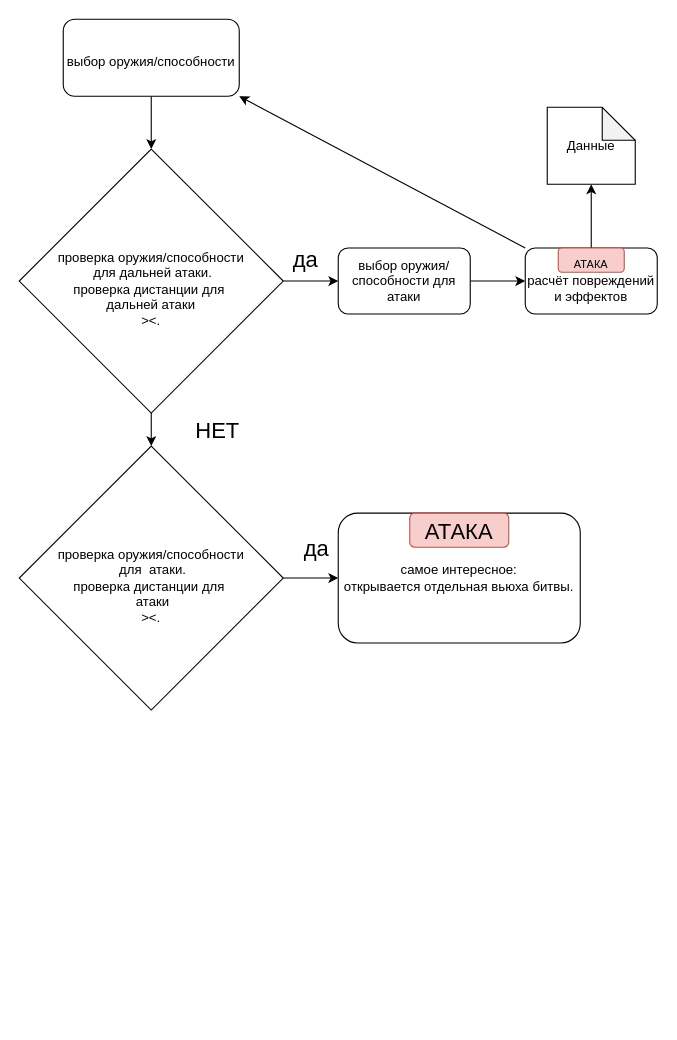
PhoenixVRN/Mafia keeps this draw.io diagram as page "Боевая модель" (6 of 14) of Architecture.drawio. Above is the earlier version. Source tidied: cells renumbered, new cells numbered last; positions are measured from the earlier drawing's top-left corner, leaving out a move shared by most shapes. Both pictures are drawn from the tidied source at 110%, with x=0, y=0 at pixel (19, 19).
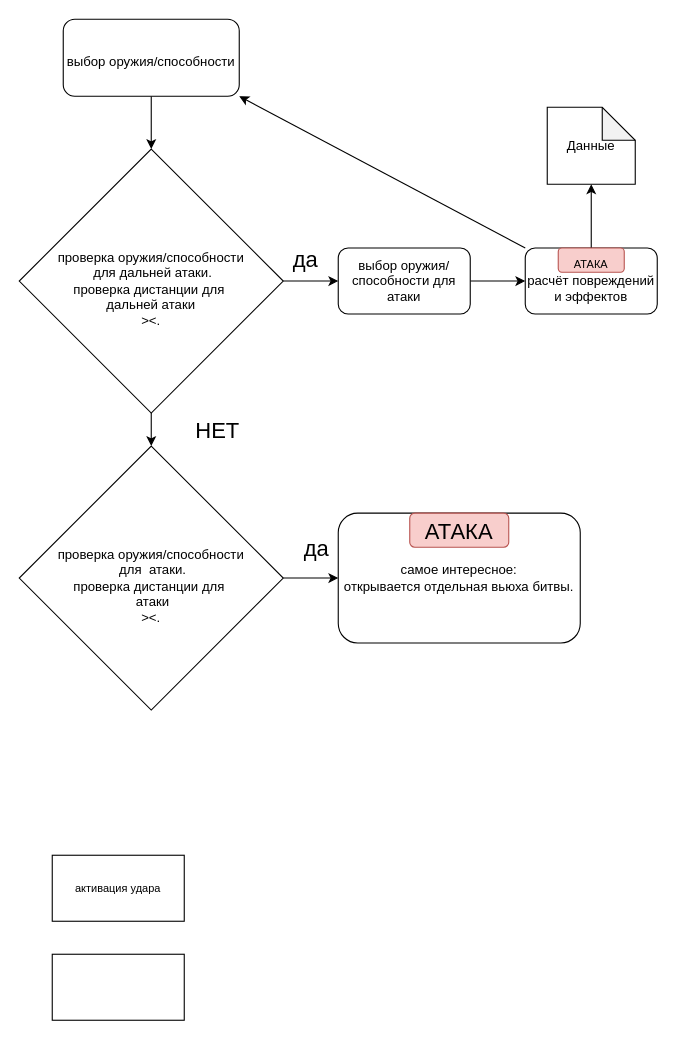
The same page after the edit.

What changed in the source:
```diff
@@
+    <mxCell id="21" value="активация удара" style="rounded=0;whiteSpace=wrap;html=1;fontSize=10;" parent="1" vertex="1">
+      <mxGeometry x="30" y="760" width="120" height="60" as="geometry" />
+    </mxCell>
+    <mxCell id="22" style="rounded=0;whiteSpace=wrap;html=1;fontSize=10;" parent="1" vertex="1">
+      <mxGeometry x="30" y="850" width="120" height="60" as="geometry" />
+    </mxCell>
```
